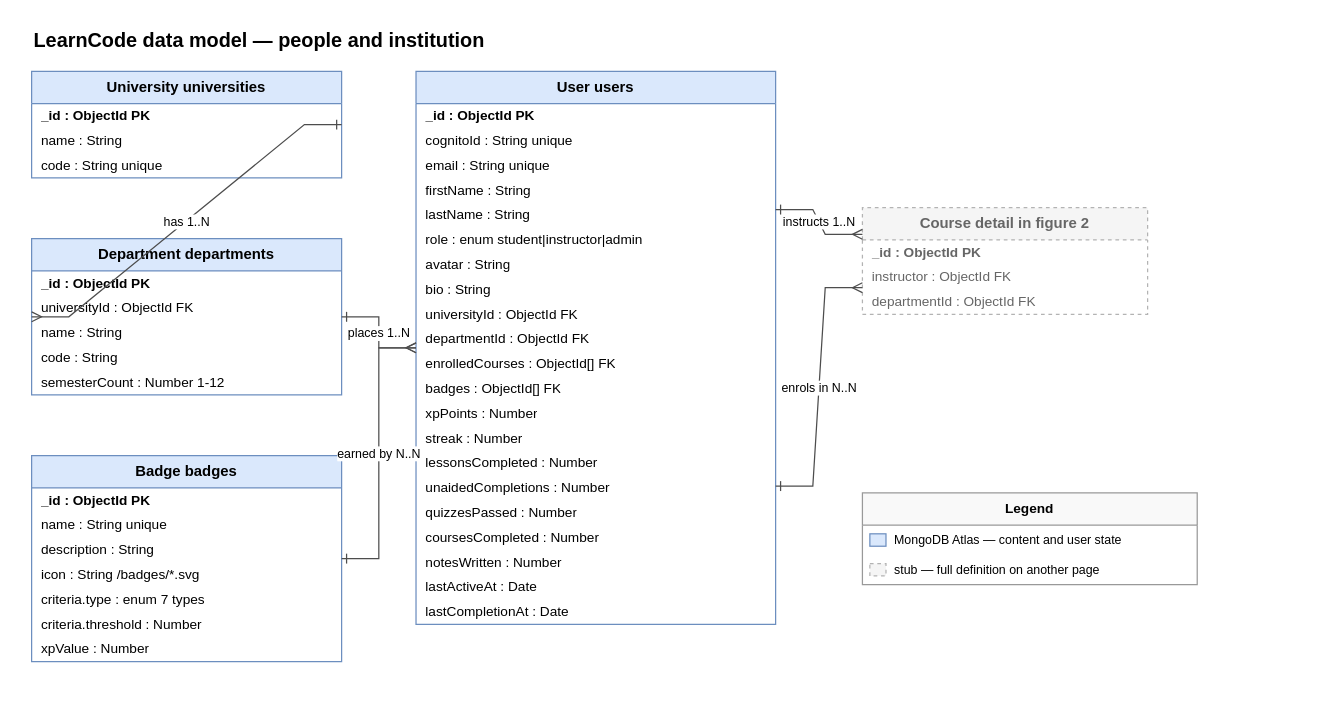
This is page "1. Data model — people" (1 of 3) of docs/learncode-architecture.drawio from ANASTASIA-KESISI/Interactive-learning-platform-using-MERN-and-AWS, a draw.io file, before an edit. Source tidied: cells renumbered, new cells numbered last; positions are measured from the earlier drawing's top-left corner, leaving out a move shared by most shapes. Both pictures are drawn from the tidied source at 124%, with x=0, y=0 at pixel (31, 21).
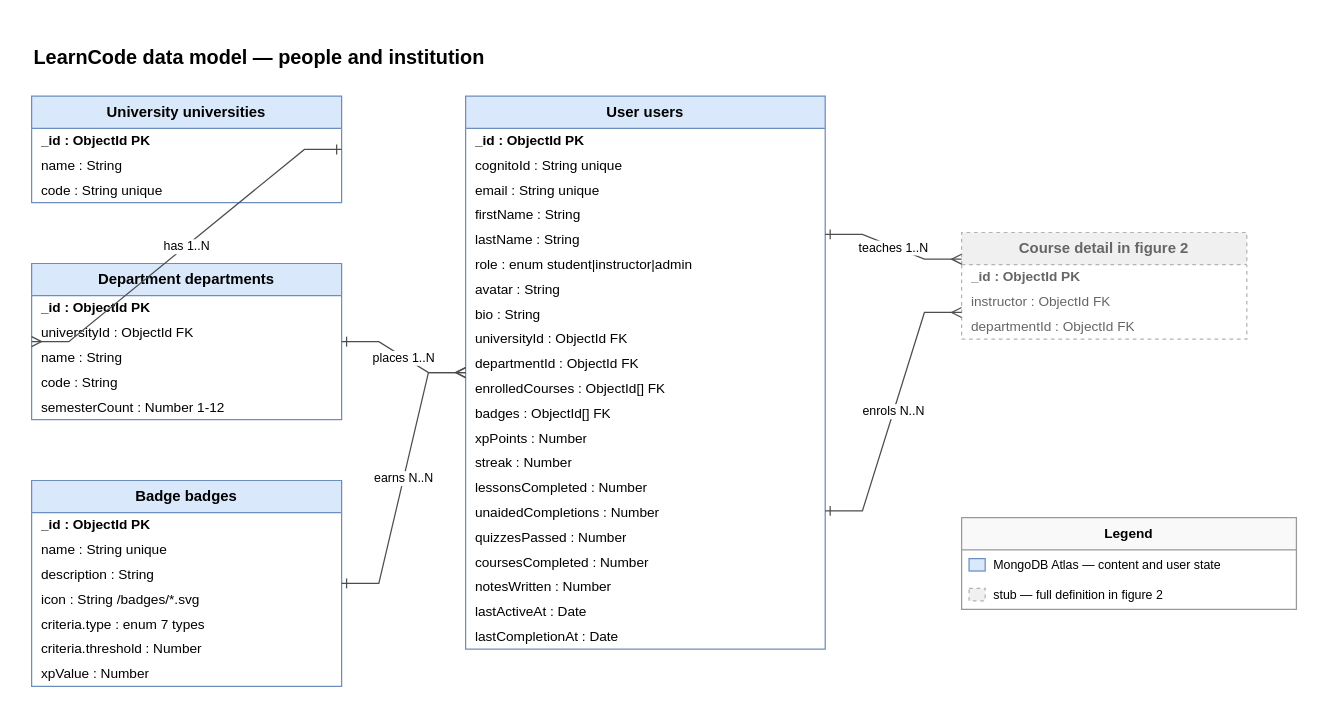
After the change.

Change to the diagram source:
```diff
@@
+    <mxCell id="56" value="LearnCode data model — people and institution" style="text;html=1;fontSize=16;fontStyle=1;align=left;verticalAlign=middle;strokeColor=none;fillColor=none;" parent="1" vertex="1">
+      <mxGeometry y="14" width="700" height="30" as="geometry" />
+    </mxCell>
     <mxCell id="2" value="University universities" style="swimlane;html=1;fontStyle=1;horizontal=1;startSize=26;whiteSpace=wrap;fillColor=#dae8fc;strokeColor=#6c8ebf;align=center;verticalAlign=middle;fontSize=12;" parent="1" vertex="1">
-      <mxGeometry y="40" width="250" height="86" as="geometry" />
+      <mxGeometry y="60" width="250" height="86" as="geometry" />
     </mxCell>
@@
     <mxCell id="6" value="Department departments" style="swimlane;html=1;fontStyle=1;horizontal=1;startSize=26;whiteSpace=wrap;fillColor=#dae8fc;strokeColor=#6c8ebf;align=center;verticalAlign=middle;fontSize=12;" parent="1" vertex="1">
-      <mxGeometry y="175" width="250" height="126" as="geometry" />
+      <mxGeometry y="195" width="250" height="126" as="geometry" />
     </mxCell>
@@
     <mxCell id="12" value="Badge badges" style="swimlane;html=1;fontStyle=1;horizontal=1;startSize=26;whiteSpace=wrap;fillColor=#dae8fc;strokeColor=#6c8ebf;align=center;verticalAlign=middle;fontSize=12;" parent="1" vertex="1">
-      <mxGeometry y="350" width="250" height="166" as="geometry" />
+      <mxGeometry y="370" width="250" height="166" as="geometry" />
     </mxCell>
@@
     <mxCell id="20" value="User users" style="swimlane;html=1;fontStyle=1;horizontal=1;startSize=26;whiteSpace=wrap;fillColor=#dae8fc;strokeColor=#6c8ebf;align=center;verticalAlign=middle;fontSize=12;" parent="1" vertex="1">
-      <mxGeometry x="310" y="40" width="290" height="446" as="geometry" />
+      <mxGeometry x="350" y="60" width="290" height="446" as="geometry" />
     </mxCell>
@@
-    <mxCell id="42" value="Course detail in figure 2" style="swimlane;html=1;fontStyle=1;horizontal=1;startSize=26;whiteSpace=wrap;fillColor=#f5f5f5;strokeColor=#b3b3b3;align=center;verticalAlign=middle;fontSize=12;dashed=1;fontColor=#666666;" parent="1" vertex="1">
-      <mxGeometry x="670" y="150" width="230" height="86" as="geometry" />
+    <mxCell id="42" value="Course detail in figure 2" style="swimlane;html=1;fontStyle=1;horizontal=1;startSize=26;whiteSpace=wrap;fillColor=#f0f0f0;strokeColor=#b3b3b3;align=center;verticalAlign=middle;fontSize=12;dashed=1;fontColor=#666666;" parent="1" vertex="1">
+      <mxGeometry x="750" y="170" width="230" height="86" as="geometry" />
     </mxCell>
@@
-    <mxCell id="48" value="earned by N..N" style="edgeStyle=entityRelationEdgeStyle;html=1;rounded=0;exitX=1;exitY=0.5;entryX=0;entryY=0.5;fontSize=10;endArrow=ERmany;startArrow=ERone;strokeColor=#4d4d4d;" parent="1" edge="1" source="12" target="20">
+    <mxCell id="48" value="earns N..N" style="edgeStyle=entityRelationEdgeStyle;html=1;rounded=0;exitX=1;exitY=0.5;entryX=0;entryY=0.5;fontSize=10;endArrow=ERmany;startArrow=ERone;strokeColor=#4d4d4d;" parent="1" edge="1" source="12" target="20">
       <mxGeometry relative="1" as="geometry" />
     </mxCell>
-    <mxCell id="49" value="instructs 1..N" style="edgeStyle=entityRelationEdgeStyle;html=1;rounded=0;exitX=1;exitY=0.25;entryX=0;entryY=0.25;fontSize=10;endArrow=ERmany;startArrow=ERone;strokeColor=#4d4d4d;" parent="1" edge="1" source="20" target="42">
-      <mxGeometry relative="1" as="geometry" />
-    </mxCell>
-    <mxCell id="50" value="enrols in N..N" style="edgeStyle=entityRelationEdgeStyle;html=1;rounded=0;exitX=1;exitY=0.75;entryX=0;entryY=0.75;fontSize=10;endArrow=ERmany;startArrow=ERone;strokeColor=#4d4d4d;" parent="1" edge="1" source="20" target="42">
-      <mxGeometry relative="1" as="geometry" />
-    </mxCell>
+    <mxCell id="57" value="teaches 1..N" style="edgeStyle=entityRelationEdgeStyle;html=1;rounded=0;exitX=1;exitY=0.25;entryX=0;entryY=0.25;fontSize=10;endArrow=ERmany;startArrow=ERone;strokeColor=#4d4d4d;" parent="1" edge="1" source="20" target="42">
+      <mxGeometry relative="1" as="geometry" />
+    </mxCell>
+    <mxCell id="58" value="enrols N..N" style="edgeStyle=entityRelationEdgeStyle;html=1;rounded=0;exitX=1;exitY=0.75;entryX=0;entryY=0.75;fontSize=10;endArrow=ERmany;startArrow=ERone;strokeColor=#4d4d4d;" parent="1" edge="1" source="20" target="42">
+      <mxGeometry relative="1" as="geometry" />
+    </mxCell>
     <mxCell id="51" value="Legend" style="swimlane;html=1;fontStyle=1;startSize=26;fillColor=#f9f9f9;strokeColor=#999999;whiteSpace=wrap;fontSize=11;" parent="1" vertex="1">
-      <mxGeometry x="670" y="380" width="270" height="74" as="geometry" />
+      <mxGeometry x="750" y="400" width="270" height="74" as="geometry" />
     </mxCell>
@@
-    <mxCell id="54" value="stub — full definition on another page" style="text;html=1;align=left;verticalAlign=middle;spacingLeft=24;fontSize=10;fillColor=none;strokeColor=none;" parent="51" vertex="1">
-      <mxGeometry y="50" width="270" height="24" as="geometry" />
-    </mxCell>
-    <mxCell id="55" style="rounded=0;html=1;fillColor=#f5f5f5;strokeColor=#b3b3b3;dashed=1;" parent="51" vertex="1">
-      <mxGeometry x="6" y="57" width="13" height="10" as="geometry" />
-    </mxCell>
-    <mxCell id="56" value="LearnCode data model — people and institution" style="text;html=1;fontSize=16;fontStyle=1;align=left;verticalAlign=middle;strokeColor=none;fillColor=none;" parent="1" vertex="1">
-      <mxGeometry width="600" height="30" as="geometry" />
-    </mxCell>
+    <mxCell id="59" value="stub — full definition in figure 2" style="text;html=1;align=left;verticalAlign=middle;spacingLeft=24;fontSize=10;fillColor=none;strokeColor=none;" parent="51" vertex="1">
+      <mxGeometry y="50" width="270" height="24" as="geometry" />
+    </mxCell>
+    <mxCell id="60" style="rounded=0;html=1;fillColor=#f0f0f0;strokeColor=#b3b3b3;dashed=1;" parent="51" vertex="1">
+      <mxGeometry x="6" y="57" width="13" height="10" as="geometry" />
+    </mxCell>
```
